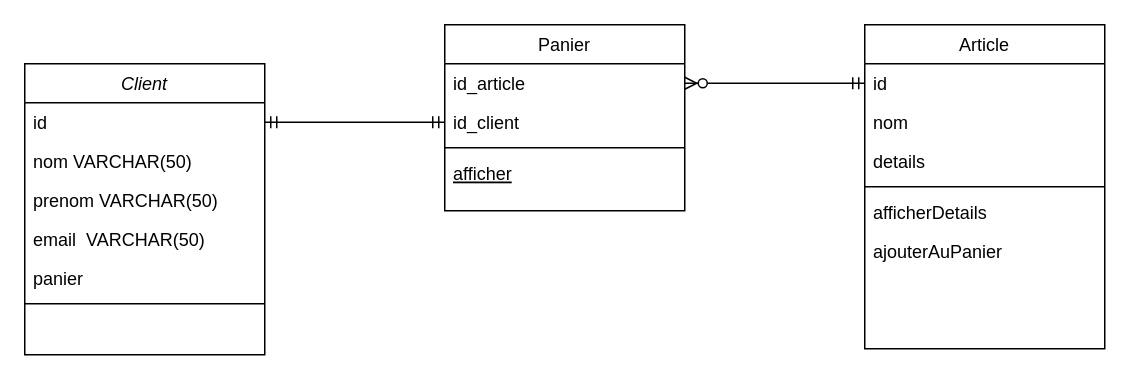
Earlier version of the draw.io diagram src/Serviettes_CD.drawio.xml (2024-06-24-POE-JAVA-NIORT-DISTANCIEL/java-jee). Source tidied: cells renumbered, new cells numbered last; positions are measured from the earlier drawing's top-left corner, leaving out a move shared by most shapes. Both pictures are drawn from the tidied source at 150%, with x=0, y=0 at pixel (24, 24).
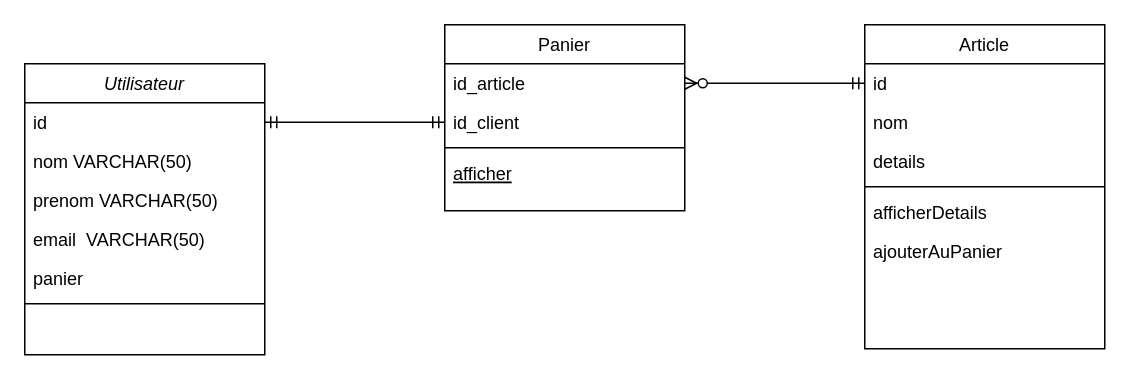
The same page after the edit.

Commit message:
modif nom de classe

The edit, as a diff of the source:
```diff
@@
-    <mxCell id="2" value="Client" style="swimlane;fontStyle=2;align=center;verticalAlign=top;horizontal=1;startSize=26;rounded=0;shadow=0;strokeWidth=1;" parent="1" vertex="1">
+    <mxCell id="2" value="Utilisateur" style="swimlane;fontStyle=2;align=center;verticalAlign=top;horizontal=1;startSize=26;rounded=0;shadow=0;strokeWidth=1;" parent="1" vertex="1">
       <mxGeometry y="26" width="160" height="194" as="geometry" />
     </mxCell>
```
